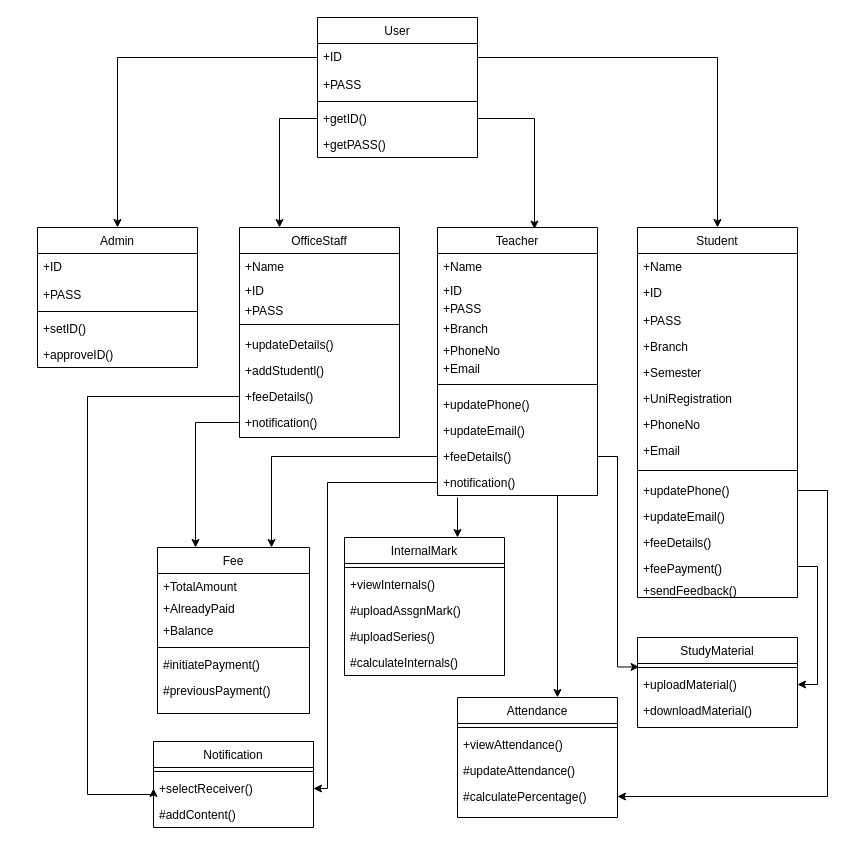
Vrishab11/MiniProject keeps this draw.io diagram as classdiagram.drawio. Above is the earlier version. Source tidied: cells renumbered, new cells numbered last; positions are measured from the earlier drawing's top-left corner, leaving out a move shared by most shapes. Both pictures are drawn from the tidied source at 100%, with x=0, y=0 at pixel (37, 17).
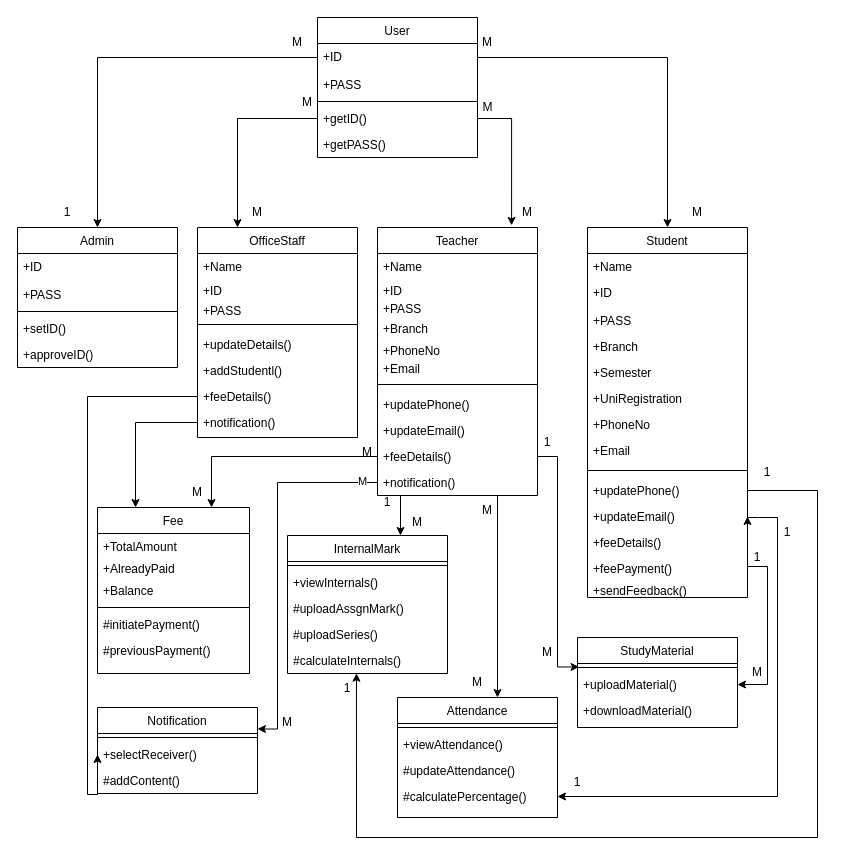
After the change.

Unchanged cells that the change refers to:
```xml
<mxCell id="6" value="+getID()" style="text;align=left;verticalAlign=top;spacingLeft=4;spacingRight=4;overflow=hidden;points=[[0,0.5],[1,0.5]];portConstraint=eastwest;" parent="2" vertex="1">
  <mxGeometry y="88" width="160" height="26" as="geometry" />
</mxCell>
<mxCell id="22" value="+updatePhone()" style="text;align=left;verticalAlign=top;spacingLeft=4;spacingRight=4;overflow=hidden;points=[[0,0.5],[1,0.5]];portConstraint=eastwest;" parent="12" vertex="1">
  <mxGeometry y="250" width="160" height="26" as="geometry" />
</mxCell>
<mxCell id="23" value="+updateEmail()" style="text;align=left;verticalAlign=top;spacingLeft=4;spacingRight=4;overflow=hidden;points=[[0,0.5],[1,0.5]];portConstraint=eastwest;" parent="12" vertex="1">
  <mxGeometry y="276" width="160" height="26" as="geometry" />
</mxCell>
<mxCell id="55" value="#calculatePercentage()" style="text;align=left;verticalAlign=top;spacingLeft=4;spacingRight=4;overflow=hidden;points=[[0,0.5],[1,0.5]];portConstraint=eastwest;" parent="51" vertex="1">
  <mxGeometry y="86" width="160" height="26" as="geometry" />
</mxCell>
<mxCell id="71" value="#calculateInternals()" style="text;align=left;verticalAlign=top;spacingLeft=4;spacingRight=4;overflow=hidden;points=[[0,0.5],[1,0.5]];portConstraint=eastwest;" parent="65" vertex="1">
  <mxGeometry y="112" width="160" height="26" as="geometry" />
</mxCell>
<mxCell id="74" value="+selectReceiver()" style="text;align=left;verticalAlign=top;spacingLeft=4;spacingRight=4;overflow=hidden;points=[[0,0.5],[1,0.5]];portConstraint=eastwest;" parent="72" vertex="1">
  <mxGeometry y="34" width="160" height="26" as="geometry" />
</mxCell>
```

What changed in the source:
```diff
@@
     <mxCell id="8" value="StudyMaterial" style="swimlane;fontStyle=0;align=center;verticalAlign=top;horizontal=1;startSize=26;rounded=0;shadow=0;strokeWidth=1;" parent="1" vertex="1">
-      <mxGeometry x="600" y="620" width="160" height="90" as="geometry" />
+      <mxGeometry x="540" y="620" width="160" height="90" as="geometry" />
     </mxCell>
@@
     <mxCell id="12" value="Student" style="swimlane;fontStyle=0;align=center;verticalAlign=top;horizontal=1;startSize=26;rounded=0;shadow=0;strokeWidth=1;" parent="1" vertex="1">
-      <mxGeometry x="600" y="210" width="160" height="370" as="geometry" />
+      <mxGeometry x="550" y="210" width="160" height="370" as="geometry" />
     </mxCell>
@@
     <mxCell id="27" value="Fee" style="swimlane;fontStyle=0;align=center;verticalAlign=top;horizontal=1;startSize=26;rounded=0;shadow=0;strokeWidth=1;" parent="1" vertex="1">
-      <mxGeometry x="120" y="530" width="152" height="166" as="geometry" />
+      <mxGeometry x="60" y="490" width="152" height="166" as="geometry" />
     </mxCell>
@@
     <mxCell id="34" value="Admin" style="swimlane;fontStyle=0;align=center;verticalAlign=top;horizontal=1;startSize=26;rounded=0;shadow=0;strokeWidth=1;" parent="1" vertex="1">
-      <mxGeometry y="210" width="160" height="140" as="geometry" />
+      <mxGeometry x="-20" y="210" width="160" height="140" as="geometry" />
     </mxCell>
@@
     <mxCell id="40" value="Teacher" style="swimlane;fontStyle=0;align=center;verticalAlign=top;horizontal=1;startSize=26;rounded=0;shadow=0;strokeWidth=1;" parent="1" vertex="1">
-      <mxGeometry x="400" y="210" width="160" height="268" as="geometry" />
+      <mxGeometry x="340" y="210" width="160" height="268" as="geometry" />
     </mxCell>
@@
+    <mxCell id="84" value="+notification()" style="text;align=left;verticalAlign=top;spacingLeft=4;spacingRight=4;overflow=hidden;points=[[0,0.5],[1,0.5]];portConstraint=eastwest;" parent="40" vertex="1">
+      <mxGeometry y="242" width="160" height="26" as="geometry" />
+    </mxCell>
     <mxCell id="51" value="Attendance" style="swimlane;fontStyle=0;align=center;verticalAlign=top;horizontal=1;startSize=26;rounded=0;shadow=0;strokeWidth=1;" parent="1" vertex="1">
-      <mxGeometry x="420" y="680" width="160" height="120" as="geometry" />
+      <mxGeometry x="360" y="680" width="160" height="120" as="geometry" />
     </mxCell>
@@
     <mxCell id="56" value="OfficeStaff" style="swimlane;fontStyle=0;align=center;verticalAlign=top;horizontal=1;startSize=26;rounded=0;shadow=0;strokeWidth=1;" parent="1" vertex="1">
-      <mxGeometry x="202" y="210" width="160" height="210" as="geometry" />
+      <mxGeometry x="160" y="210" width="160" height="210" as="geometry" />
     </mxCell>
@@
     <mxCell id="65" value="InternalMark" style="swimlane;fontStyle=0;align=center;verticalAlign=top;horizontal=1;startSize=26;rounded=0;shadow=0;strokeWidth=1;" parent="1" vertex="1">
-      <mxGeometry x="307" y="520" width="160" height="138" as="geometry" />
+      <mxGeometry x="250" y="518" width="160" height="138" as="geometry" />
     </mxCell>
@@
     <mxCell id="72" value="Notification" style="swimlane;fontStyle=0;align=center;verticalAlign=top;horizontal=1;startSize=26;rounded=0;shadow=0;strokeWidth=1;" parent="1" vertex="1">
-      <mxGeometry x="116" y="724" width="160" height="86" as="geometry" />
+      <mxGeometry x="60" y="690" width="160" height="86" as="geometry" />
     </mxCell>
@@
-    <mxCell id="78" style="edgeStyle=orthogonalEdgeStyle;rounded=0;jettySize=auto;html=1;exitX=1;exitY=0.5;exitDx=0;exitDy=0;entryX=0.606;entryY=0.006;entryDx=0;entryDy=0;entryPerimeter=0;" parent="1" edge="1" source="6" target="40">
-      <mxGeometry relative="1" as="geometry" />
-    </mxCell>
@@
-    <mxCell id="83" style="edgeStyle=orthogonalEdgeStyle;rounded=0;jettySize=auto;html=1;exitX=0;exitY=0.5;exitDx=0;exitDy=0;entryX=1;entryY=0.5;entryDx=0;entryDy=0;" parent="1" edge="1" source="84" target="74">
-      <mxGeometry relative="1" as="geometry">
-        <Array as="points">
-          <mxPoint x="290" y="465" />
-          <mxPoint x="290" y="771" />
-        </Array>
-      </mxGeometry>
-    </mxCell>
-    <mxCell id="84" value="+notification()" style="text;align=left;verticalAlign=top;spacingLeft=4;spacingRight=4;overflow=hidden;points=[[0,0.5],[1,0.5]];portConstraint=eastwest;" parent="1" vertex="1">
-      <mxGeometry x="400" y="452" width="160" height="26" as="geometry" />
-    </mxCell>
@@
     <mxCell id="87" style="endArrow=classic;html=1;rounded=0;" parent="1" edge="1">
       <mxGeometry relative="1" as="geometry">
-        <mxPoint x="520" y="478" as="sourcePoint" />
-        <mxPoint x="520" y="680" as="targetPoint" />
+        <mxPoint x="460" y="478" as="sourcePoint" />
+        <mxPoint x="460" y="680" as="targetPoint" />
       </mxGeometry>
     </mxCell>
-    <mxCell id="88" style="edgeStyle=orthogonalEdgeStyle;rounded=0;jettySize=auto;html=1;exitX=1;exitY=0.5;exitDx=0;exitDy=0;entryX=1;entryY=0.5;entryDx=0;entryDy=0;" parent="1" edge="1" source="22" target="55">
+    <mxCell id="88" style="edgeStyle=orthogonalEdgeStyle;rounded=0;jettySize=auto;html=1;exitX=0;exitY=0;exitDx=0;exitDy=0;entryX=1;entryY=0.5;entryDx=0;entryDy=0;startArrow=none;" parent="1" edge="1" source="104" target="55">
       <mxGeometry relative="1" as="geometry">
         <Array as="points">
-          <mxPoint x="790" y="473" />
-          <mxPoint x="790" y="779" />
+          <mxPoint x="740" y="500" />
+          <mxPoint x="740" y="779" />
         </Array>
       </mxGeometry>
     </mxCell>
+    <mxCell id="78" style="edgeStyle=orthogonalEdgeStyle;rounded=0;jettySize=auto;html=1;exitX=1;exitY=0.5;exitDx=0;exitDy=0;entryX=0.838;entryY=-0.008;entryDx=0;entryDy=0;entryPerimeter=0;" parent="1" edge="1" source="6" target="40">
+      <mxGeometry relative="1" as="geometry" />
+    </mxCell>
+    <mxCell id="89" style="edgeStyle=orthogonalEdgeStyle;rounded=0;jettySize=auto;html=1;exitX=0;exitY=0.5;exitDx=0;exitDy=0;entryX=1;entryY=0.25;entryDx=0;entryDy=0;" parent="1" edge="1" source="84" target="72">
+      <mxGeometry relative="1" as="geometry">
+        <Array as="points">
+          <mxPoint x="240" y="465" />
+          <mxPoint x="240" y="711" />
+        </Array>
+      </mxGeometry>
+    </mxCell>
+    <mxCell id="90" value="M" style="edgeLabel;html=1;align=center;verticalAlign=middle;" parent="89" vertex="1">
+      <mxGeometry x="-0.91" y="-2" relative="1" as="geometry" />
+    </mxCell>
+    <mxCell id="91" style="edgeStyle=orthogonalEdgeStyle;rounded=0;jettySize=auto;html=1;exitX=1;exitY=0.5;exitDx=0;exitDy=0;entryX=0.431;entryY=0.99;entryDx=0;entryDy=0;entryPerimeter=0;" parent="1" edge="1" source="22" target="71">
+      <mxGeometry relative="1" as="geometry">
+        <Array as="points">
+          <mxPoint x="780" y="473" />
+          <mxPoint x="780" y="820" />
+          <mxPoint x="319" y="820" />
+        </Array>
+      </mxGeometry>
+    </mxCell>
+    <mxCell id="92" value="M" style="text;html=1;strokeColor=none;fillColor=none;align=center;verticalAlign=middle;whiteSpace=wrap;rounded=0;" parent="1" vertex="1">
+      <mxGeometry x="230" y="10" width="60" height="30" as="geometry" />
+    </mxCell>
+    <mxCell id="93" value="1" style="text;html=1;strokeColor=none;fillColor=none;align=center;verticalAlign=middle;whiteSpace=wrap;rounded=0;" parent="1" vertex="1">
+      <mxGeometry y="180" width="60" height="30" as="geometry" />
+    </mxCell>
+    <mxCell id="94" value="M" style="text;html=1;strokeColor=none;fillColor=none;align=center;verticalAlign=middle;whiteSpace=wrap;rounded=0;" parent="1" vertex="1">
+      <mxGeometry x="420" y="10" width="60" height="30" as="geometry" />
+    </mxCell>
+    <mxCell id="95" value="M" style="text;html=1;strokeColor=none;fillColor=none;align=center;verticalAlign=middle;whiteSpace=wrap;rounded=0;" parent="1" vertex="1">
+      <mxGeometry x="630" y="180" width="60" height="30" as="geometry" />
+    </mxCell>
+    <mxCell id="96" value="M" style="text;html=1;strokeColor=none;fillColor=none;align=center;verticalAlign=middle;whiteSpace=wrap;rounded=0;" parent="1" vertex="1">
+      <mxGeometry x="460" y="180" width="60" height="30" as="geometry" />
+    </mxCell>
+    <mxCell id="97" value="M" style="text;html=1;align=center;verticalAlign=middle;strokeColor=none;fillColor=none;" parent="1" vertex="1">
+      <mxGeometry x="435" y="80" width="30" height="20" as="geometry" />
+    </mxCell>
+    <mxCell id="98" value="M" style="text;html=1;strokeColor=none;fillColor=none;align=center;verticalAlign=middle;whiteSpace=wrap;rounded=0;" parent="1" vertex="1">
+      <mxGeometry x="240" y="70" width="60" height="30" as="geometry" />
+    </mxCell>
+    <mxCell id="99" value="M" style="text;html=1;strokeColor=none;fillColor=none;align=center;verticalAlign=middle;whiteSpace=wrap;rounded=0;" parent="1" vertex="1">
+      <mxGeometry x="190" y="180" width="60" height="30" as="geometry" />
+    </mxCell>
+    <mxCell id="100" value="1" style="text;html=1;strokeColor=none;fillColor=none;align=center;verticalAlign=middle;whiteSpace=wrap;rounded=0;" parent="1" vertex="1">
+      <mxGeometry x="700" y="440" width="60" height="30" as="geometry" />
+    </mxCell>
+    <mxCell id="101" value="1" style="text;html=1;strokeColor=none;fillColor=none;align=center;verticalAlign=middle;whiteSpace=wrap;rounded=0;" parent="1" vertex="1">
+      <mxGeometry x="280" y="656" width="60" height="30" as="geometry" />
+    </mxCell>
+    <mxCell id="102" value="1" style="text;html=1;strokeColor=none;fillColor=none;align=center;verticalAlign=middle;whiteSpace=wrap;rounded=0;" parent="1" vertex="1">
+      <mxGeometry x="510" y="750" width="60" height="30" as="geometry" />
+    </mxCell>
+    <mxCell id="103" style="edgeStyle=orthogonalEdgeStyle;rounded=0;jettySize=auto;html=1;exitX=0;exitY=0;exitDx=0;exitDy=0;entryX=1;entryY=0.5;entryDx=0;entryDy=0;" parent="1" edge="1" source="104" target="23">
+      <mxGeometry relative="1" as="geometry" />
+    </mxCell>
+    <mxCell id="104" value="1" style="text;html=1;strokeColor=none;fillColor=none;align=center;verticalAlign=middle;whiteSpace=wrap;rounded=0;" parent="1" vertex="1">
+      <mxGeometry x="720" y="500" width="60" height="30" as="geometry" />
+    </mxCell>
+    <mxCell id="105" value="1" style="text;html=1;strokeColor=none;fillColor=none;align=center;verticalAlign=middle;whiteSpace=wrap;rounded=0;" parent="1" vertex="1">
+      <mxGeometry x="690" y="530" width="60" height="20" as="geometry" />
+    </mxCell>
+    <mxCell id="106" value="M" style="text;html=1;strokeColor=none;fillColor=none;align=center;verticalAlign=middle;whiteSpace=wrap;rounded=0;" parent="1" vertex="1">
+      <mxGeometry x="690" y="640" width="60" height="30" as="geometry" />
+    </mxCell>
+    <mxCell id="107" value="1" style="text;html=1;strokeColor=none;fillColor=none;align=center;verticalAlign=middle;whiteSpace=wrap;rounded=0;" parent="1" vertex="1">
+      <mxGeometry x="480" y="410" width="60" height="30" as="geometry" />
+    </mxCell>
+    <mxCell id="108" value="M" style="text;html=1;strokeColor=none;fillColor=none;align=center;verticalAlign=middle;whiteSpace=wrap;rounded=0;" parent="1" vertex="1">
+      <mxGeometry x="480" y="620" width="60" height="30" as="geometry" />
+    </mxCell>
+    <mxCell id="109" value="M" style="text;html=1;strokeColor=none;fillColor=none;align=center;verticalAlign=middle;whiteSpace=wrap;rounded=0;" parent="1" vertex="1">
+      <mxGeometry x="420" y="478" width="60" height="30" as="geometry" />
+    </mxCell>
+    <mxCell id="110" value="M" style="text;html=1;strokeColor=none;fillColor=none;align=center;verticalAlign=middle;whiteSpace=wrap;rounded=0;" parent="1" vertex="1">
+      <mxGeometry x="410" y="650" width="60" height="30" as="geometry" />
+    </mxCell>
+    <mxCell id="111" value="1" style="text;html=1;strokeColor=none;fillColor=none;align=center;verticalAlign=middle;whiteSpace=wrap;rounded=0;" parent="1" vertex="1">
+      <mxGeometry x="320" y="470" width="60" height="30" as="geometry" />
+    </mxCell>
+    <mxCell id="112" value="M" style="text;html=1;strokeColor=none;fillColor=none;align=center;verticalAlign=middle;whiteSpace=wrap;rounded=0;" parent="1" vertex="1">
+      <mxGeometry x="350" y="490" width="60" height="30" as="geometry" />
+    </mxCell>
+    <mxCell id="113" value="M" style="text;html=1;strokeColor=none;fillColor=none;align=center;verticalAlign=middle;whiteSpace=wrap;rounded=0;" parent="1" vertex="1">
+      <mxGeometry x="300" y="420" width="60" height="30" as="geometry" />
+    </mxCell>
+    <mxCell id="114" value="M" style="text;html=1;strokeColor=none;fillColor=none;align=center;verticalAlign=middle;whiteSpace=wrap;rounded=0;" parent="1" vertex="1">
+      <mxGeometry x="130" y="460" width="60" height="30" as="geometry" />
+    </mxCell>
+    <mxCell id="115" value="M" style="text;html=1;strokeColor=none;fillColor=none;align=center;verticalAlign=middle;whiteSpace=wrap;rounded=0;" parent="1" vertex="1">
+      <mxGeometry x="220" y="690" width="60" height="30" as="geometry" />
+    </mxCell>
```
